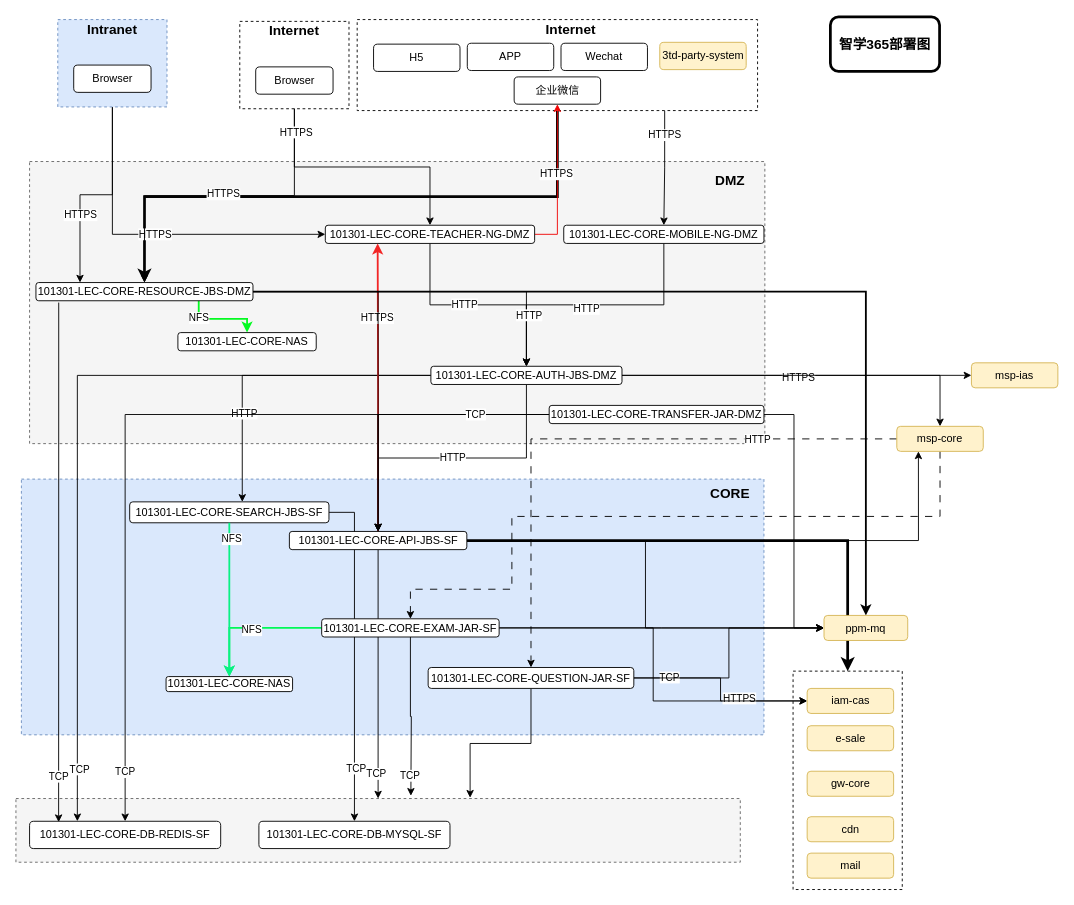
The draw.io diagram page "第 2 页" (2 of 2) of 部署逻辑图.drawio in rainerpiao/cloud-computing, before the edit. Source tidied: cells renumbered, new cells numbered last; positions are measured from the earlier drawing's top-left corner, leaving out a move shared by most shapes. Both pictures are drawn from the tidied source at 91%, with x=0, y=0 at pixel (15, 16).
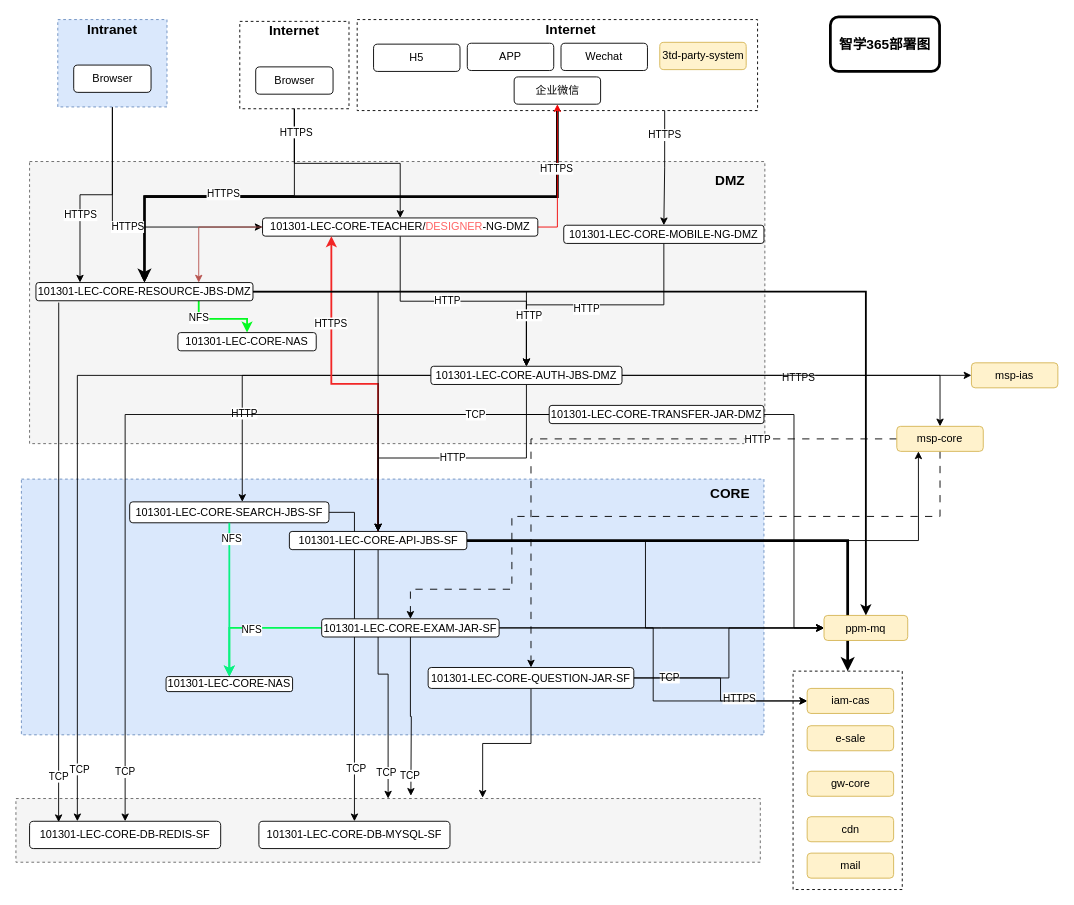
The same diagram, later.

Commit message:
更新部署逻辑图.drawio

Unchanged cells that the change refers to:
```xml
<mxCell id="4" style="rounded=0;whiteSpace=wrap;html=1;dashed=1;" parent="1" vertex="1">
  <mxGeometry x="246" y="5" width="120" height="96" as="geometry" />
</mxCell>
<mxCell id="64" value="101301-LEC-CORE-RESOURCE-JBS-DMZ" style="rounded=1;whiteSpace=wrap;html=1;strokeColor=default;fontFamily=Helvetica;fontSize=12;fontColor=default;fillColor=default;" parent="1" vertex="1">
  <mxGeometry x="22" y="292" width="238.5" height="20" as="geometry" />
</mxCell>
```

The edit, as a diff of the source:
```diff
@@
+    <mxCell id="106" style="edgeStyle=orthogonalEdgeStyle;rounded=0;jettySize=auto;html=1;" parent="1" edge="1" source="4">
+      <mxGeometry relative="1" as="geometry">
+        <mxPoint x="353.8" y="249" as="targetPoint" />
+      </mxGeometry>
+    </mxCell>
@@
     <mxCell id="10" style="rounded=0;whiteSpace=wrap;html=1;dashed=1;fillColor=#f5f5f5;fontColor=#333333;strokeColor=#666666;" parent="1" vertex="1">
-      <mxGeometry y="859" width="796" height="70" as="geometry" />
+      <mxGeometry y="859" width="818" height="70" as="geometry" />
     </mxCell>
@@
+    <mxCell id="107" style="edgeStyle=orthogonalEdgeStyle;rounded=0;jettySize=auto;html=1;entryX=0.75;entryY=0;entryDx=0;entryDy=0;fillColor=#f8cecc;strokeColor=#b85450;" parent="1" edge="1" source="25" target="64">
+      <mxGeometry relative="1" as="geometry" />
+    </mxCell>
-    <mxCell id="25" value="101301-LEC-CORE-TEACHER-NG-DMZ" style="rounded=1;whiteSpace=wrap;html=1;strokeColor=default;fontFamily=Helvetica;fontSize=12;fontColor=default;fillColor=default;" parent="1" vertex="1">
-      <mxGeometry x="340" y="229" width="230" height="20" as="geometry" />
+    <mxCell id="25" value="101301-LEC-CORE-TEACHER/&lt;font color=&quot;#ff6666&quot;&gt;DESIGNER&lt;/font&gt;-NG-DMZ" style="rounded=1;whiteSpace=wrap;html=1;strokeColor=default;fontFamily=Helvetica;fontSize=12;fontColor=default;fillColor=default;" parent="1" vertex="1">
+      <mxGeometry x="271" y="221" width="302.5" height="20" as="geometry" />
     </mxCell>
```
